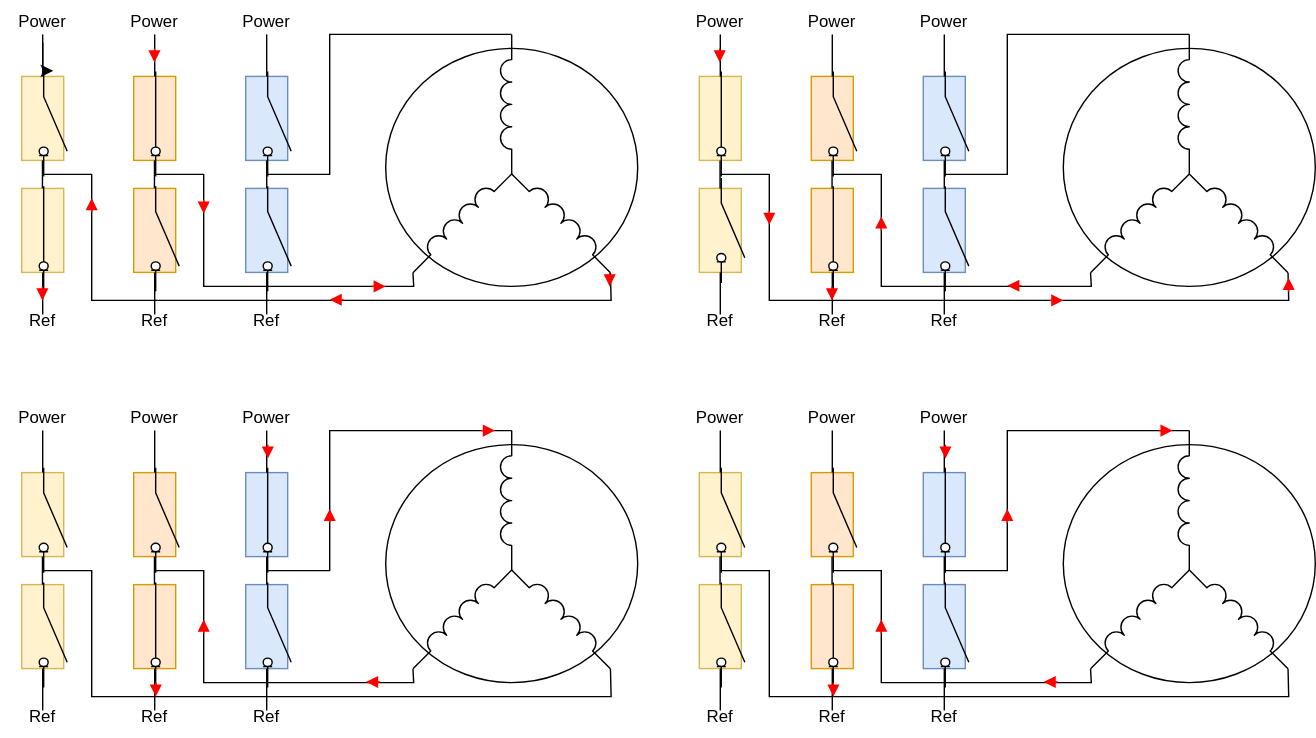
Above: 01-documentation/svg_files/esc_commutation_principle.drawio.svg in stephaneamans/ESC_Brushless (draw.io), before the change. Source tidied: cells renumbered, new cells last; positions are measured from the earlier drawing's top-left corner, leaving out a move shared by most shapes.
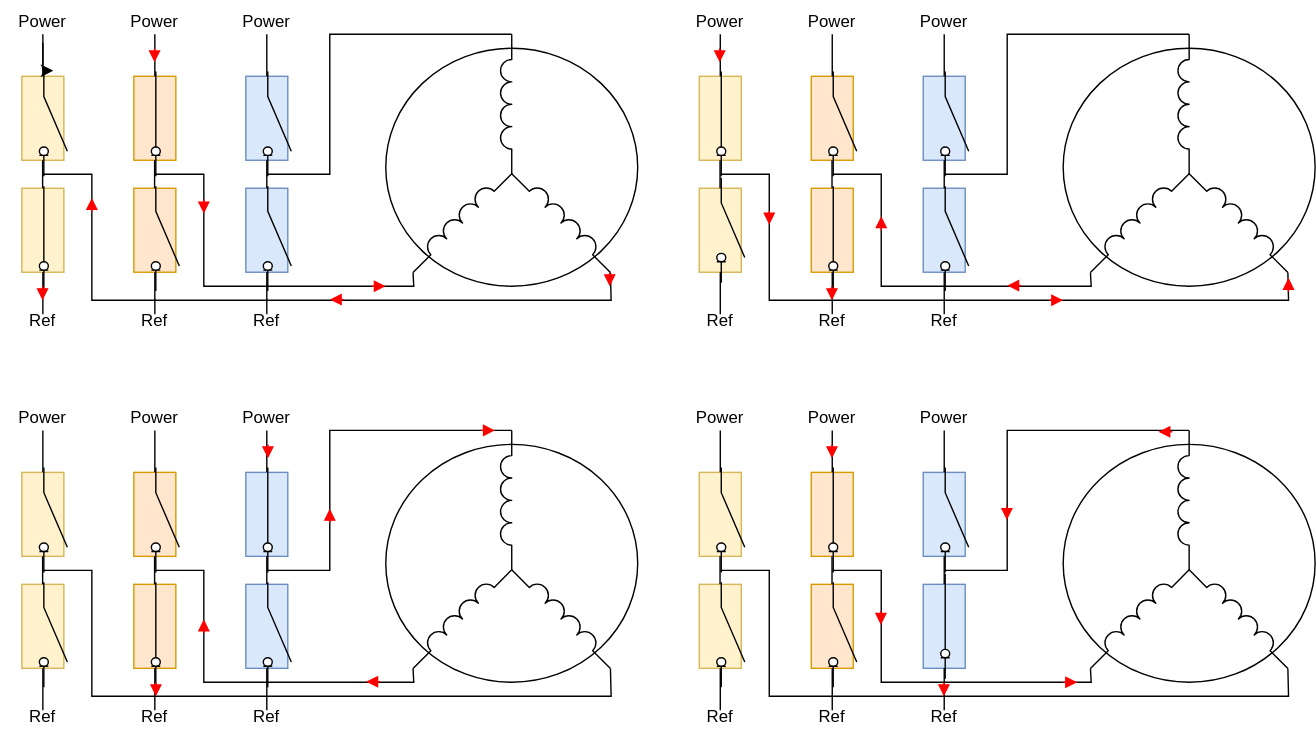
After the change.

Change to the diagram source:
```diff
@@ -692,7 +692,7 @@
       <mxGeometry x="644" y="497" width="60" height="30" as="geometry" />
     </mxCell>
     <mxCell id="153" style="html=1;shape=mxgraph.electrical.electro-mechanical.switchDisconnector;elSwitchState=on;rotation=90;" parent="1" vertex="1">
-      <mxGeometry x="564" y="443" width="75" height="20" as="geometry" />
+      <mxGeometry x="644" y="437" width="75" height="20" as="geometry" />
     </mxCell>
     <mxCell id="154" style="html=1;shape=mxgraph.electrical.electro-mechanical.switchDisconnector;elSwitchState=off;rotation=90;" parent="1" vertex="1">
       <mxGeometry x="484" y="361" width="75" height="20" as="geometry" />
@@ -701,49 +701,49 @@
       <mxGeometry x="484" y="443" width="75" height="20" as="geometry" />
     </mxCell>
     <mxCell id="156" style="html=1;shape=mxgraph.electrical.electro-mechanical.switchDisconnector;elSwitchState=off;rotation=90;" parent="1" vertex="1">
-      <mxGeometry x="644" y="443" width="75" height="20" as="geometry" />
+      <mxGeometry x="644" y="361" width="75" height="20" as="geometry" />
     </mxCell>
     <mxCell id="157" style="html=1;shape=mxgraph.electrical.electro-mechanical.switchDisconnector;elSwitchState=off;rotation=90;" parent="1" vertex="1">
-      <mxGeometry x="564" y="361" width="75" height="20" as="geometry" />
+      <mxGeometry x="564" y="443" width="75" height="20" as="geometry" />
     </mxCell>
     <mxCell id="158" style="html=1;shape=mxgraph.electrical.electro-mechanical.switchDisconnector;elSwitchState=on;rotation=90;" parent="1" vertex="1">
-      <mxGeometry x="644" y="361" width="75" height="20" as="geometry" />
+      <mxGeometry x="564" y="361" width="75" height="20" as="geometry" />
     </mxCell>
     <mxCell id="159" style="endArrow=block;html=1;rounded=0;strokeColor=#FF0000;endFill=1;" parent="1" edge="1">
       <mxGeometry relative="1" as="geometry">
-        <mxPoint x="674.8" y="317" as="sourcePoint" />
-        <mxPoint x="674.8" y="327" as="targetPoint" />
+        <mxPoint x="593.8" y="317" as="sourcePoint" />
+        <mxPoint x="593.8" y="327" as="targetPoint" />
       </mxGeometry>
     </mxCell>
     <mxCell id="160" style="endArrow=block;html=1;rounded=0;strokeColor=#FF0000;endFill=1;" parent="1" edge="1">
       <mxGeometry relative="1" as="geometry">
-        <mxPoint x="594.8" y="487" as="sourcePoint" />
-        <mxPoint x="594.8" y="497" as="targetPoint" />
+        <mxPoint x="673.8" y="487" as="sourcePoint" />
+        <mxPoint x="673.8" y="497" as="targetPoint" />
       </mxGeometry>
     </mxCell>
     <mxCell id="161" style="endArrow=block;html=1;rounded=0;strokeColor=#FF0000;endFill=1;" parent="1" edge="1">
       <mxGeometry relative="1" as="geometry">
-        <mxPoint x="827" y="307" as="sourcePoint" />
-        <mxPoint x="837" y="307" as="targetPoint" />
+        <mxPoint x="759" y="487" as="sourcePoint" />
+        <mxPoint x="769" y="487" as="targetPoint" />
       </mxGeometry>
     </mxCell>
     <mxCell id="162" style="endArrow=block;html=1;rounded=0;strokeColor=#FF0000;endFill=1;" parent="1" edge="1">
       <mxGeometry relative="1" as="geometry">
-        <mxPoint x="755" y="486.5" as="sourcePoint" />
-        <mxPoint x="745" y="486.5" as="targetPoint" />
+        <mxPoint x="837" y="308" as="sourcePoint" />
+        <mxPoint x="827" y="308" as="targetPoint" />
       </mxGeometry>
     </mxCell>
-    <mxCell id="163" style="endArrow=block;html=1;rounded=0;strokeColor=#FF0000;endFill=1;" parent="1" edge="1">
-      <mxGeometry relative="1" as="geometry">
-        <mxPoint x="719" y="373" as="sourcePoint" />
-        <mxPoint x="719" y="363" as="targetPoint" />
-      </mxGeometry>
-    </mxCell>
-    <mxCell id="164" style="endArrow=block;html=1;rounded=0;strokeColor=#FF0000;endFill=1;" parent="1" edge="1">
-      <mxGeometry relative="1" as="geometry">
-        <mxPoint x="629" y="452" as="sourcePoint" />
-        <mxPoint x="629" y="442" as="targetPoint" />
-      </mxGeometry>
-    </mxCell>
+    <mxCell id="165" style="endArrow=block;html=1;rounded=0;strokeColor=#FF0000;endFill=1;" parent="1" edge="1">
+      <mxGeometry relative="1" as="geometry">
+        <mxPoint x="628.8" y="436" as="sourcePoint" />
+        <mxPoint x="628.8" y="446" as="targetPoint" />
+      </mxGeometry>
+    </mxCell>
+    <mxCell id="166" style="endArrow=block;html=1;rounded=0;strokeColor=#FF0000;endFill=1;" parent="1" edge="1">
+      <mxGeometry relative="1" as="geometry">
+        <mxPoint x="718.8" y="361" as="sourcePoint" />
+        <mxPoint x="718.8" y="371" as="targetPoint" />
+      </mxGeometry>
+    </mxCell>
   </root>
 </mxGraphModel>
```
